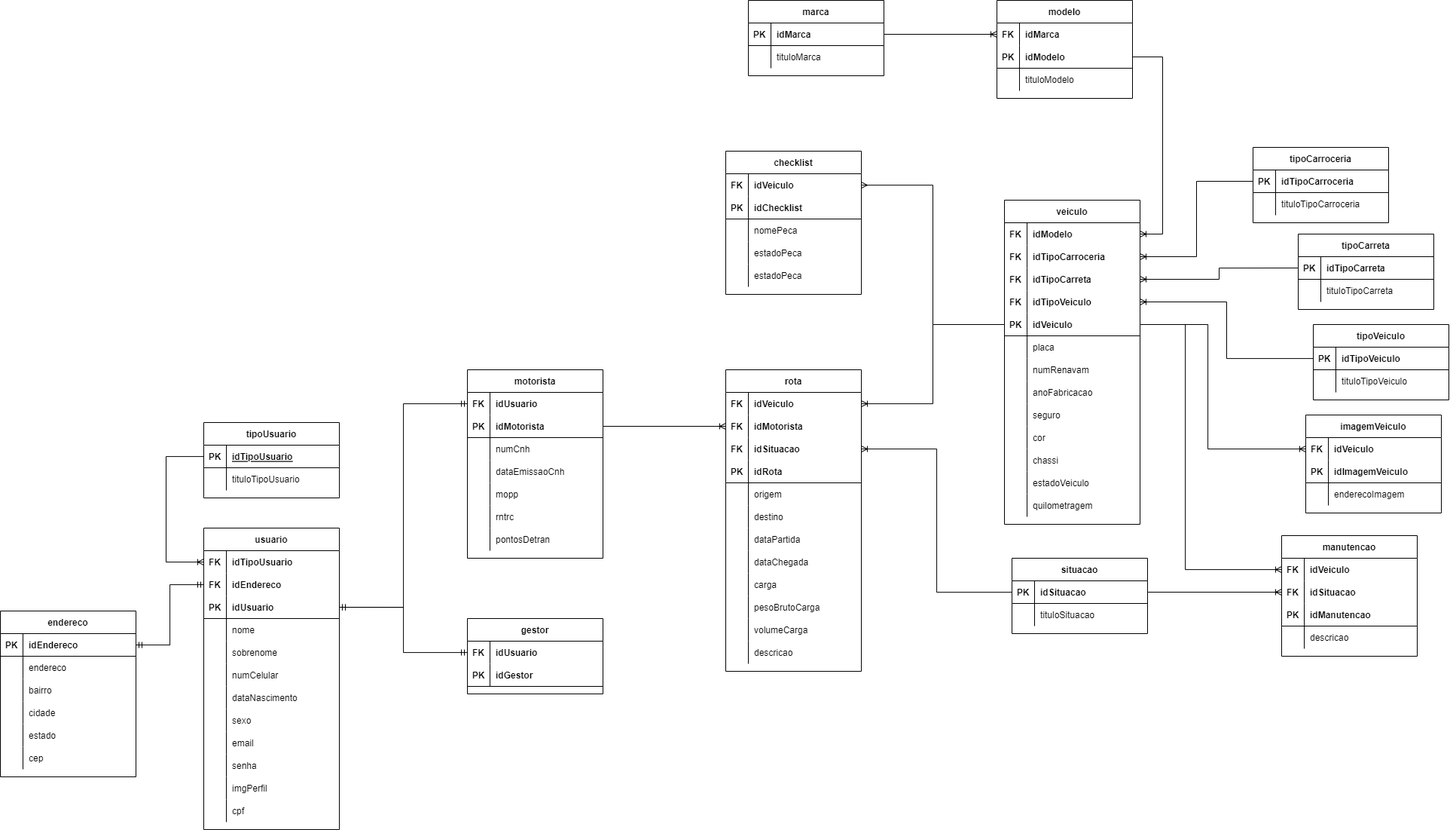
Before: Banco de dados/Modelagens/Loggex-modelo-logico.png, a diagram exported from draw.io (Loggex/Backend-Loggex). Source tidied: cells renumbered, new cells last; positions are measured from the earlier drawing's top-left corner, leaving out a move shared by most shapes.
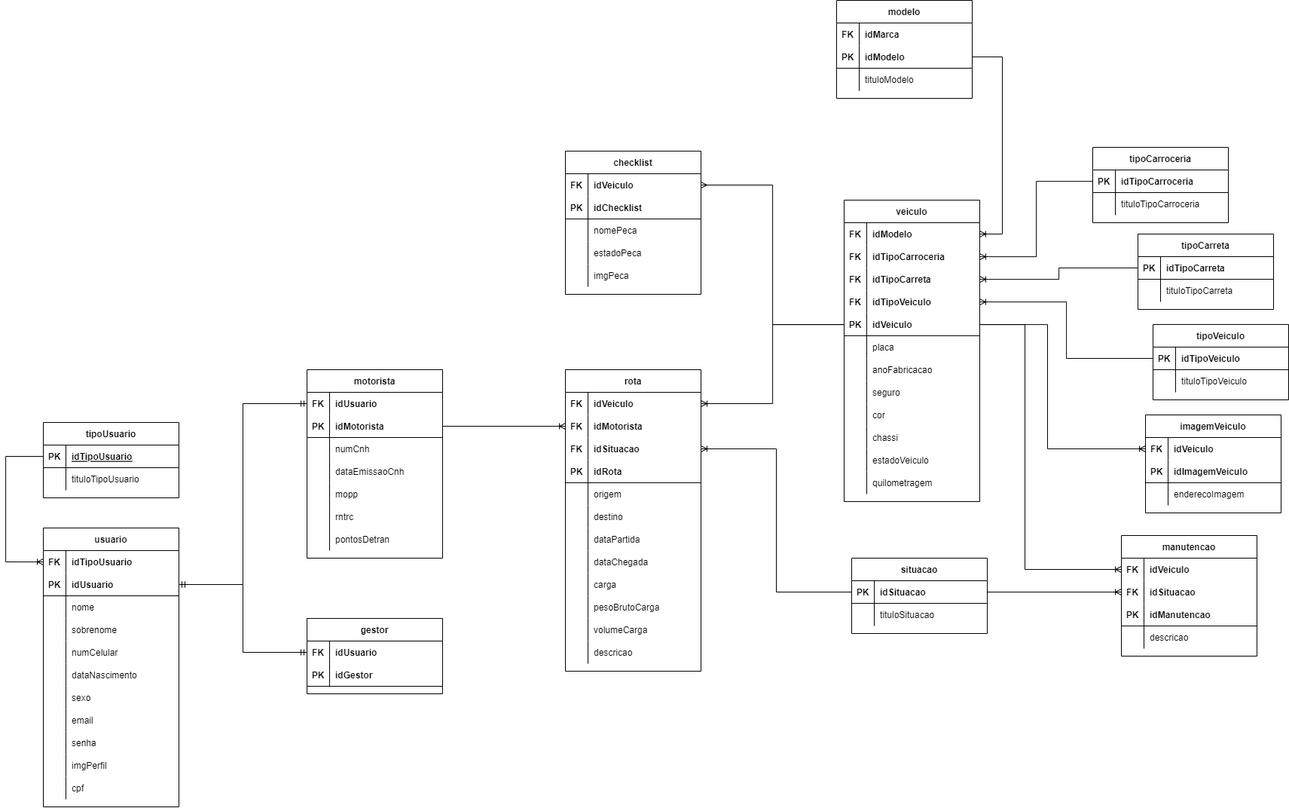
Later version of the same file.

Commit message:
Corriginodo diagramas

Change to the diagram source:
```diff
@@ -5,3 +5,3 @@
     <mxCell id="2" value="veiculo" style="shape=table;startSize=30;rowLines=0;fontStyle=1;align=center;" parent="1" vertex="1">
-      <mxGeometry x="1333" y="265" width="180" height="430" as="geometry" />
+      <mxGeometry x="1333" y="265" width="180" height="400" as="geometry" />
     </mxCell>
@@ -61,13 +61,4 @@
     </mxCell>
-    <mxCell id="21" style="shape=tableRow;horizontal=0;startSize=0;swimlaneHead=0;swimlaneBody=0;fillColor=none;top=0;left=0;right=0;bottom=0;" parent="2" vertex="1">
-      <mxGeometry y="210" width="180" height="30" as="geometry" />
-    </mxCell>
-    <mxCell id="22" style="shape=partialRectangle;fillColor=none;top=0;left=0;bottom=0;right=0;overflow=hidden;" parent="21" vertex="1">
-      <mxGeometry width="30" height="30" as="geometry" />
-    </mxCell>
-    <mxCell id="23" value="numRenavam" style="shape=partialRectangle;fillColor=none;top=0;left=0;bottom=0;right=0;align=left;spacingLeft=6;overflow=hidden;" parent="21" vertex="1">
-      <mxGeometry x="30" width="150" height="30" as="geometry" />
-    </mxCell>
     <mxCell id="24" style="shape=tableRow;horizontal=0;startSize=0;swimlaneHead=0;swimlaneBody=0;fillColor=none;top=0;left=0;right=0;bottom=0;" parent="2" vertex="1">
-      <mxGeometry y="240" width="180" height="30" as="geometry" />
+      <mxGeometry y="210" width="180" height="30" as="geometry" />
     </mxCell>
@@ -80,3 +71,3 @@
     <mxCell id="27" style="shape=tableRow;horizontal=0;startSize=0;swimlaneHead=0;swimlaneBody=0;fillColor=none;top=0;left=0;right=0;bottom=0;" parent="2" vertex="1">
-      <mxGeometry y="270" width="180" height="30" as="geometry" />
+      <mxGeometry y="240" width="180" height="30" as="geometry" />
     </mxCell>
@@ -89,3 +80,3 @@
     <mxCell id="30" style="shape=tableRow;horizontal=0;startSize=0;swimlaneHead=0;swimlaneBody=0;fillColor=none;top=0;left=0;right=0;bottom=0;" parent="2" vertex="1">
-      <mxGeometry y="300" width="180" height="30" as="geometry" />
+      <mxGeometry y="270" width="180" height="30" as="geometry" />
     </mxCell>
@@ -98,3 +89,3 @@
     <mxCell id="33" style="shape=tableRow;horizontal=0;startSize=0;swimlaneHead=0;swimlaneBody=0;fillColor=none;top=0;left=0;right=0;bottom=0;" parent="2" vertex="1">
-      <mxGeometry y="330" width="180" height="30" as="geometry" />
+      <mxGeometry y="300" width="180" height="30" as="geometry" />
     </mxCell>
@@ -107,3 +98,3 @@
     <mxCell id="36" style="shape=tableRow;horizontal=0;startSize=0;swimlaneHead=0;swimlaneBody=0;fillColor=none;top=0;left=0;right=0;bottom=0;" parent="2" vertex="1">
-      <mxGeometry y="360" width="180" height="30" as="geometry" />
+      <mxGeometry y="330" width="180" height="30" as="geometry" />
     </mxCell>
@@ -116,3 +107,3 @@
     <mxCell id="39" style="shape=tableRow;horizontal=0;startSize=0;swimlaneHead=0;swimlaneBody=0;fillColor=none;top=0;left=0;right=0;bottom=0;" parent="2" vertex="1">
-      <mxGeometry y="390" width="180" height="30" as="geometry" />
+      <mxGeometry y="360" width="180" height="30" as="geometry" />
     </mxCell>
@@ -421,11 +412,11 @@
     </mxCell>
-    <mxCell id="141" style="shape=tableRow;horizontal=0;startSize=0;swimlaneHead=0;swimlaneBody=0;fillColor=none;top=0;left=0;right=0;bottom=0;" parent="128" vertex="1">
-      <mxGeometry y="150" width="180" height="30" as="geometry" />
-    </mxCell>
-    <mxCell id="142" style="shape=partialRectangle;fillColor=none;top=0;left=0;bottom=0;right=0;overflow=hidden;" parent="141" vertex="1">
-      <mxGeometry width="30" height="30" as="geometry" />
-    </mxCell>
-    <mxCell id="143" value="estadoPeca" style="shape=partialRectangle;fillColor=none;top=0;left=0;bottom=0;right=0;align=left;spacingLeft=6;overflow=hidden;" parent="141" vertex="1">
-      <mxGeometry x="30" width="150" height="30" as="geometry" />
-    </mxCell>
+    <mxCell id="271" style="shape=tableRow;horizontal=0;startSize=0;swimlaneHead=0;swimlaneBody=0;fillColor=none;top=0;left=0;right=0;bottom=0;" parent="128" vertex="1">
+      <mxGeometry y="150" width="180" height="30" as="geometry" />
+    </mxCell>
+    <mxCell id="272" style="shape=partialRectangle;fillColor=none;top=0;left=0;bottom=0;right=0;overflow=hidden;" parent="271" vertex="1">
+      <mxGeometry width="30" height="30" as="geometry" />
+    </mxCell>
+    <mxCell id="273" value="imgPeca" style="shape=partialRectangle;fillColor=none;top=0;left=0;bottom=0;right=0;align=left;spacingLeft=6;overflow=hidden;" parent="271" vertex="1">
+      <mxGeometry x="30" width="150" height="30" as="geometry" />
+    </mxCell>
     <mxCell id="144" value="tipoVeiculo" style="shape=table;startSize=30;rowLines=0;fontStyle=1;align=center;" parent="1" vertex="1">
@@ -493,59 +484,2 @@
     </mxCell>
-    <mxCell id="165" value="endereco" style="shape=table;startSize=30;rowLines=0;fontStyle=1;align=center;" parent="1" vertex="1">
-      <mxGeometry y="810" width="180" height="220" as="geometry" />
-    </mxCell>
-    <mxCell id="166" style="shape=tableRow;horizontal=0;startSize=0;swimlaneHead=0;swimlaneBody=0;fillColor=none;points=[[0,0.5],[1,0.5]];portConstraint=eastwest;top=0;left=0;right=0;bottom=1;" parent="165" vertex="1">
-      <mxGeometry y="30" width="180" height="30" as="geometry" />
-    </mxCell>
-    <mxCell id="167" value="PK" style="shape=partialRectangle;fillColor=none;top=0;left=0;bottom=0;right=0;fontStyle=1;overflow=hidden;" parent="166" vertex="1">
-      <mxGeometry width="30" height="30" as="geometry" />
-    </mxCell>
-    <mxCell id="168" value="idEndereco" style="shape=partialRectangle;fillColor=none;top=0;left=0;bottom=0;right=0;align=left;spacingLeft=6;fontStyle=1;overflow=hidden;" parent="166" vertex="1">
-      <mxGeometry x="30" width="150" height="30" as="geometry" />
-    </mxCell>
-    <mxCell id="169" style="shape=tableRow;horizontal=0;startSize=0;swimlaneHead=0;swimlaneBody=0;fillColor=none;top=0;left=0;right=0;bottom=0;" parent="165" vertex="1">
-      <mxGeometry y="60" width="180" height="30" as="geometry" />
-    </mxCell>
-    <mxCell id="170" style="shape=partialRectangle;fillColor=none;top=0;left=0;bottom=0;right=0;overflow=hidden;" parent="169" vertex="1">
-      <mxGeometry width="30" height="30" as="geometry" />
-    </mxCell>
-    <mxCell id="171" value="endereco" style="shape=partialRectangle;fillColor=none;top=0;left=0;bottom=0;right=0;align=left;spacingLeft=6;overflow=hidden;" parent="169" vertex="1">
-      <mxGeometry x="30" width="150" height="30" as="geometry" />
-    </mxCell>
-    <mxCell id="172" style="shape=tableRow;horizontal=0;startSize=0;swimlaneHead=0;swimlaneBody=0;fillColor=none;top=0;left=0;right=0;bottom=0;" parent="165" vertex="1">
-      <mxGeometry y="90" width="180" height="30" as="geometry" />
-    </mxCell>
-    <mxCell id="173" style="shape=partialRectangle;fillColor=none;top=0;left=0;bottom=0;right=0;overflow=hidden;" parent="172" vertex="1">
-      <mxGeometry width="30" height="30" as="geometry" />
-    </mxCell>
-    <mxCell id="174" value="bairro" style="shape=partialRectangle;fillColor=none;top=0;left=0;bottom=0;right=0;align=left;spacingLeft=6;overflow=hidden;" parent="172" vertex="1">
-      <mxGeometry x="30" width="150" height="30" as="geometry" />
-    </mxCell>
-    <mxCell id="175" style="shape=tableRow;horizontal=0;startSize=0;swimlaneHead=0;swimlaneBody=0;fillColor=none;top=0;left=0;right=0;bottom=0;" parent="165" vertex="1">
-      <mxGeometry y="120" width="180" height="30" as="geometry" />
-    </mxCell>
-    <mxCell id="176" style="shape=partialRectangle;fillColor=none;top=0;left=0;bottom=0;right=0;overflow=hidden;" parent="175" vertex="1">
-      <mxGeometry width="30" height="30" as="geometry" />
-    </mxCell>
-    <mxCell id="177" value="cidade" style="shape=partialRectangle;fillColor=none;top=0;left=0;bottom=0;right=0;align=left;spacingLeft=6;overflow=hidden;" parent="175" vertex="1">
-      <mxGeometry x="30" width="150" height="30" as="geometry" />
-    </mxCell>
-    <mxCell id="178" style="shape=tableRow;horizontal=0;startSize=0;swimlaneHead=0;swimlaneBody=0;fillColor=none;top=0;left=0;right=0;bottom=0;" parent="165" vertex="1">
-      <mxGeometry y="150" width="180" height="30" as="geometry" />
-    </mxCell>
-    <mxCell id="179" style="shape=partialRectangle;fillColor=none;top=0;left=0;bottom=0;right=0;overflow=hidden;" parent="178" vertex="1">
-      <mxGeometry width="30" height="30" as="geometry" />
-    </mxCell>
-    <mxCell id="180" value="estado" style="shape=partialRectangle;fillColor=none;top=0;left=0;bottom=0;right=0;align=left;spacingLeft=6;overflow=hidden;" parent="178" vertex="1">
-      <mxGeometry x="30" width="150" height="30" as="geometry" />
-    </mxCell>
-    <mxCell id="181" style="shape=tableRow;horizontal=0;startSize=0;swimlaneHead=0;swimlaneBody=0;fillColor=none;top=0;left=0;right=0;bottom=0;" parent="165" vertex="1">
-      <mxGeometry y="180" width="180" height="30" as="geometry" />
-    </mxCell>
-    <mxCell id="182" style="shape=partialRectangle;fillColor=none;top=0;left=0;bottom=0;right=0;overflow=hidden;" parent="181" vertex="1">
-      <mxGeometry width="30" height="30" as="geometry" />
-    </mxCell>
-    <mxCell id="183" value="cep" style="shape=partialRectangle;fillColor=none;top=0;left=0;bottom=0;right=0;align=left;spacingLeft=6;overflow=hidden;" parent="181" vertex="1">
-      <mxGeometry x="30" width="150" height="30" as="geometry" />
-    </mxCell>
     <mxCell id="184" value="situacao" style="shape=table;startSize=30;rowLines=0;fontStyle=1;align=center;" parent="1" vertex="1">
@@ -571,23 +505,2 @@
     </mxCell>
-    <mxCell id="191" value="marca" style="shape=table;startSize=30;rowLines=0;fontStyle=1;align=center;" parent="1" vertex="1">
-      <mxGeometry x="993" width="180" height="100" as="geometry" />
-    </mxCell>
-    <mxCell id="192" style="shape=tableRow;horizontal=0;startSize=0;swimlaneHead=0;swimlaneBody=0;fillColor=none;points=[[0,0.5],[1,0.5]];portConstraint=eastwest;top=0;left=0;right=0;bottom=1;" parent="191" vertex="1">
-      <mxGeometry y="30" width="180" height="30" as="geometry" />
-    </mxCell>
-    <mxCell id="193" value="PK" style="shape=partialRectangle;fillColor=none;top=0;left=0;bottom=0;right=0;fontStyle=1;overflow=hidden;" parent="192" vertex="1">
-      <mxGeometry width="30" height="30" as="geometry" />
-    </mxCell>
-    <mxCell id="194" value="idMarca" style="shape=partialRectangle;fillColor=none;top=0;left=0;bottom=0;right=0;align=left;spacingLeft=6;fontStyle=1;overflow=hidden;" parent="192" vertex="1">
-      <mxGeometry x="30" width="150" height="30" as="geometry" />
-    </mxCell>
-    <mxCell id="195" style="shape=tableRow;horizontal=0;startSize=0;swimlaneHead=0;swimlaneBody=0;fillColor=none;top=0;left=0;right=0;bottom=0;" parent="191" vertex="1">
-      <mxGeometry y="60" width="180" height="30" as="geometry" />
-    </mxCell>
-    <mxCell id="196" style="shape=partialRectangle;fillColor=none;top=0;left=0;bottom=0;right=0;overflow=hidden;" parent="195" vertex="1">
-      <mxGeometry width="30" height="30" as="geometry" />
-    </mxCell>
-    <mxCell id="197" value="tituloMarca" style="shape=partialRectangle;fillColor=none;top=0;left=0;bottom=0;right=0;align=left;spacingLeft=6;overflow=hidden;" parent="195" vertex="1">
-      <mxGeometry x="30" width="150" height="30" as="geometry" />
-    </mxCell>
     <mxCell id="198" value="modelo" style="shape=table;startSize=30;rowLines=0;fontStyle=1;align=center;" parent="1" vertex="1">
@@ -631,3 +544,3 @@
     <mxCell id="209" value="usuario" style="shape=table;startSize=30;rowLines=0;fontStyle=1;align=center;" parent="1" vertex="1">
-      <mxGeometry x="270" y="700" width="180" height="400" as="geometry" />
+      <mxGeometry x="270" y="700" width="180" height="370" as="geometry" />
     </mxCell>
@@ -642,13 +555,4 @@
     </mxCell>
-    <mxCell id="213" style="shape=tableRow;horizontal=0;startSize=0;swimlaneHead=0;swimlaneBody=0;fillColor=none;points=[[0,0.5],[1,0.5]];portConstraint=eastwest;top=0;left=0;right=0;bottom=0;" parent="209" vertex="1">
-      <mxGeometry y="60" width="180" height="30" as="geometry" />
-    </mxCell>
-    <mxCell id="214" value="FK" style="shape=partialRectangle;fillColor=none;top=0;left=0;bottom=0;right=0;fontStyle=1;overflow=hidden;" parent="213" vertex="1">
-      <mxGeometry width="30" height="30" as="geometry" />
-    </mxCell>
-    <mxCell id="215" value="idEndereco" style="shape=partialRectangle;fillColor=none;top=0;left=0;bottom=0;right=0;align=left;spacingLeft=6;fontStyle=1;overflow=hidden;" parent="213" vertex="1">
-      <mxGeometry x="30" width="150" height="30" as="geometry" />
-    </mxCell>
     <mxCell id="216" style="shape=tableRow;horizontal=0;startSize=0;swimlaneHead=0;swimlaneBody=0;fillColor=none;points=[[0,0.5],[1,0.5]];portConstraint=eastwest;top=0;left=0;right=0;bottom=1;" parent="209" vertex="1">
-      <mxGeometry y="90" width="180" height="30" as="geometry" />
+      <mxGeometry y="60" width="180" height="30" as="geometry" />
     </mxCell>
@@ -661,3 +565,3 @@
     <mxCell id="219" style="shape=tableRow;horizontal=0;startSize=0;swimlaneHead=0;swimlaneBody=0;fillColor=none;top=0;left=0;right=0;bottom=0;" parent="209" vertex="1">
-      <mxGeometry y="120" width="180" height="30" as="geometry" />
+      <mxGeometry y="90" width="180" height="30" as="geometry" />
     </mxCell>
@@ -670,3 +574,3 @@
     <mxCell id="222" style="shape=tableRow;horizontal=0;startSize=0;swimlaneHead=0;swimlaneBody=0;fillColor=none;top=0;left=0;right=0;bottom=0;" parent="209" vertex="1">
-      <mxGeometry y="150" width="180" height="30" as="geometry" />
+      <mxGeometry y="120" width="180" height="30" as="geometry" />
     </mxCell>
@@ -679,3 +583,3 @@
     <mxCell id="225" style="shape=tableRow;horizontal=0;startSize=0;swimlaneHead=0;swimlaneBody=0;fillColor=none;top=0;left=0;right=0;bottom=0;" parent="209" vertex="1">
-      <mxGeometry y="180" width="180" height="30" as="geometry" />
+      <mxGeometry y="150" width="180" height="30" as="geometry" />
     </mxCell>
@@ -688,3 +592,3 @@
     <mxCell id="228" style="shape=tableRow;horizontal=0;startSize=0;swimlaneHead=0;swimlaneBody=0;fillColor=none;top=0;left=0;right=0;bottom=0;" parent="209" vertex="1">
-      <mxGeometry y="210" width="180" height="30" as="geometry" />
+      <mxGeometry y="180" width="180" height="30" as="geometry" />
     </mxCell>
@@ -697,3 +601,3 @@
     <mxCell id="231" style="shape=tableRow;horizontal=0;startSize=0;swimlaneHead=0;swimlaneBody=0;fillColor=none;top=0;left=0;right=0;bottom=0;" parent="209" vertex="1">
-      <mxGeometry y="240" width="180" height="30" as="geometry" />
+      <mxGeometry y="210" width="180" height="30" as="geometry" />
     </mxCell>
@@ -706,3 +610,3 @@
     <mxCell id="234" style="shape=tableRow;horizontal=0;startSize=0;swimlaneHead=0;swimlaneBody=0;fillColor=none;top=0;left=0;right=0;bottom=0;" parent="209" vertex="1">
-      <mxGeometry y="270" width="180" height="30" as="geometry" />
+      <mxGeometry y="240" width="180" height="30" as="geometry" />
     </mxCell>
@@ -715,3 +619,3 @@
     <mxCell id="237" style="shape=tableRow;horizontal=0;startSize=0;swimlaneHead=0;swimlaneBody=0;fillColor=none;top=0;left=0;right=0;bottom=0;" parent="209" vertex="1">
-      <mxGeometry y="300" width="180" height="30" as="geometry" />
+      <mxGeometry y="270" width="180" height="30" as="geometry" />
     </mxCell>
@@ -724,3 +628,3 @@
     <mxCell id="240" style="shape=tableRow;horizontal=0;startSize=0;swimlaneHead=0;swimlaneBody=0;fillColor=none;top=0;left=0;right=0;bottom=0;" parent="209" vertex="1">
-      <mxGeometry y="330" width="180" height="30" as="geometry" />
+      <mxGeometry y="300" width="180" height="30" as="geometry" />
     </mxCell>
@@ -733,3 +637,3 @@
     <mxCell id="243" style="shape=tableRow;horizontal=0;startSize=0;swimlaneHead=0;swimlaneBody=0;fillColor=none;top=0;left=0;right=0;bottom=0;" parent="209" vertex="1">
-      <mxGeometry y="360" width="180" height="30" as="geometry" />
+      <mxGeometry y="330" width="180" height="30" as="geometry" />
     </mxCell>
@@ -762,5 +666,2 @@
     </mxCell>
-    <mxCell id="253" style="edgeStyle=orthogonalEdgeStyle;fontSize=12;html=1;endArrow=ERoneToMany;rounded=0;jumpStyle=gap;jumpSize=12;" parent="1" edge="1" source="192" target="199">
-      <mxGeometry relative="1" as="geometry" />
-    </mxCell>
     <mxCell id="254" style="edgeStyle=orthogonalEdgeStyle;fontSize=12;html=1;endArrow=ERoneToMany;rounded=0;jumpStyle=gap;jumpSize=12;" parent="1" edge="1" source="15" target="116">
@@ -814,5 +715,2 @@
     </mxCell>
-    <mxCell id="267" style="edgeStyle=orthogonalEdgeStyle;fontSize=12;html=1;endArrow=ERmandOne;startArrow=ERmandOne;rounded=0;jumpStyle=gap;jumpSize=11;" parent="1" edge="1" source="166" target="213">
-      <mxGeometry relative="1" as="geometry" />
-    </mxCell>
     <mxCell id="268" style="edgeStyle=orthogonalEdgeStyle;fontSize=12;html=1;endArrow=ERoneToMany;rounded=0;" parent="1" edge="1" source="185" target="85">
```
